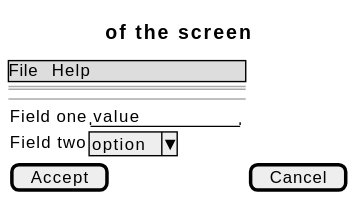
The PlantUML diagram docs/01-requirements/use-cases/createCourse/wireframes.svg in didactika/kampus, before a commit. Source of this version:
```plantuml
@startsalt
{
  {* File | Help }
  ==
  Title of the screen
  --
  {
    Field one | "value        "
    Field two | ^option^
  }
  [ Accept ] | [ Cancel ]
}
@endsalt
```
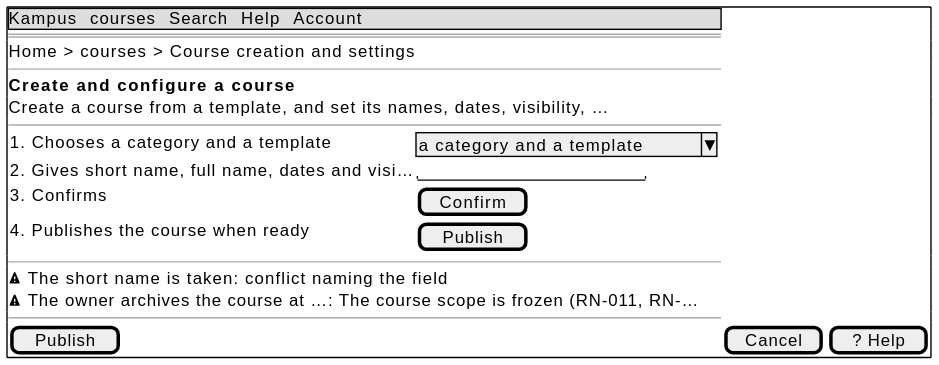
After the change.

Change to the diagram source:
```diff
@@ -1,13 +1,22 @@
 @startsalt
-{
-  {* File | Help }
+{+
+  {* Kampus | courses | Search | Help | Account }
   ==
-  Title of the screen
+  Home > courses > Course creation and settings
+  --
+  <b>Create and configure a course
+  Create a course from a template, and set its names, dates, visibility, …
   --
   {
-    Field one | "value        "
-    Field two | ^option^
+    1. Chooses a category and a template | ^a category and a template^
+    2. Gives short name, full name, dates and visi… | "                    "
+    3. Confirms | [ Confirm ]
+    4. Publishes the course when ready | [ Publish ]
   }
-  [ Accept ] | [ Cancel ]
+  --
+  <&warning> The short name is taken: conflict naming the field
+  <&warning> The owner archives the course at …: The course scope is frozen (RN-011, RN-…
+  --
+  [ Publish ] | [ Cancel ] | [ ? Help ]
 }
 @endsalt
```
